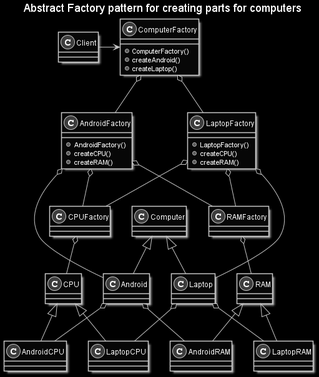
FriskySaga/InterviewingPractice keeps this PlantUML diagram as DesignPatterns/AbstractFactory/ComputerAbstractFactory.png. Above is the earlier version.
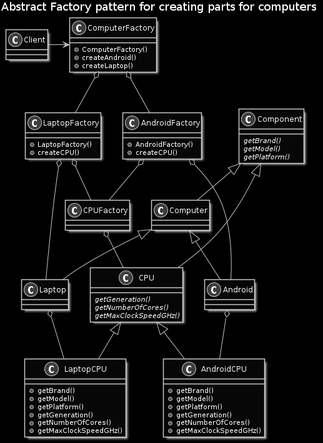
After the change.

The edit, as a diff of the source:
```diff
@@ -3,6 +3,13 @@
 skinparam Monochrome reverse
 
 title Abstract Factory pattern for creating parts for computers
+
+class Component
+{
+  {abstract} getBrand()
+  {abstract} getModel()
+  {abstract} getPlatform()
+}
 
 class ComputerFactory
 {
@@ -23,7 +30,6 @@
 {
   + AndroidFactory()
   + createCPU()
-  + createRAM()
 }
 
 class Laptop
@@ -34,38 +40,36 @@
 {
   + LaptopFactory()
   + createCPU()
-  + createRAM()
 }
 
 class CPU
 {
+  {abstract} getGeneration()
+  {abstract} getNumberOfCores()
+  {abstract} getMaxClockSpeedGHz()
 }
 
 class AndroidCPU
 {
+  + getBrand()
+  + getModel()
+  + getPlatform()
+  + getGeneration()
+  + getNumberOfCores()
+  + getMaxClockSpeedGHz()
 }
 
 class LaptopCPU
 {
+  + getBrand()
+  + getModel()
+  + getPlatform()
+  + getGeneration()
+  + getNumberOfCores()
+  + getMaxClockSpeedGHz()
 }
 
 class CPUFactory
-{
-}
-
-class RAM
-{
-}
-
-class AndroidRAM
-{
-}
-
-class LaptopRAM
-{
-}
-
-class RAMFactory
 {
 }
 
@@ -73,16 +77,17 @@
 ComputerFactory o-- AndroidFactory
 ComputerFactory o-- LaptopFactory
 
+Component <|-- Computer
+Component <|-- CPU
+
 Computer <|-- Android
 Computer <|-- Laptop
 
 AndroidFactory o-- Android
 Android o-- AndroidCPU
-Android o-- AndroidRAM
 
 LaptopFactory o-- Laptop
 Laptop o-- LaptopCPU
-Laptop o-- LaptopRAM
 
 AndroidFactory o-- CPUFactory
 LaptopFactory o-- CPUFactory
@@ -90,10 +95,4 @@
 CPU <|-- AndroidCPU
 CPU <|-- LaptopCPU
 
-AndroidFactory o-- RAMFactory
-LaptopFactory o-- RAMFactory
-RAMFactory o-- RAM
-RAM <|-- AndroidRAM
-RAM <|-- LaptopRAM
-
 @enduml
```
